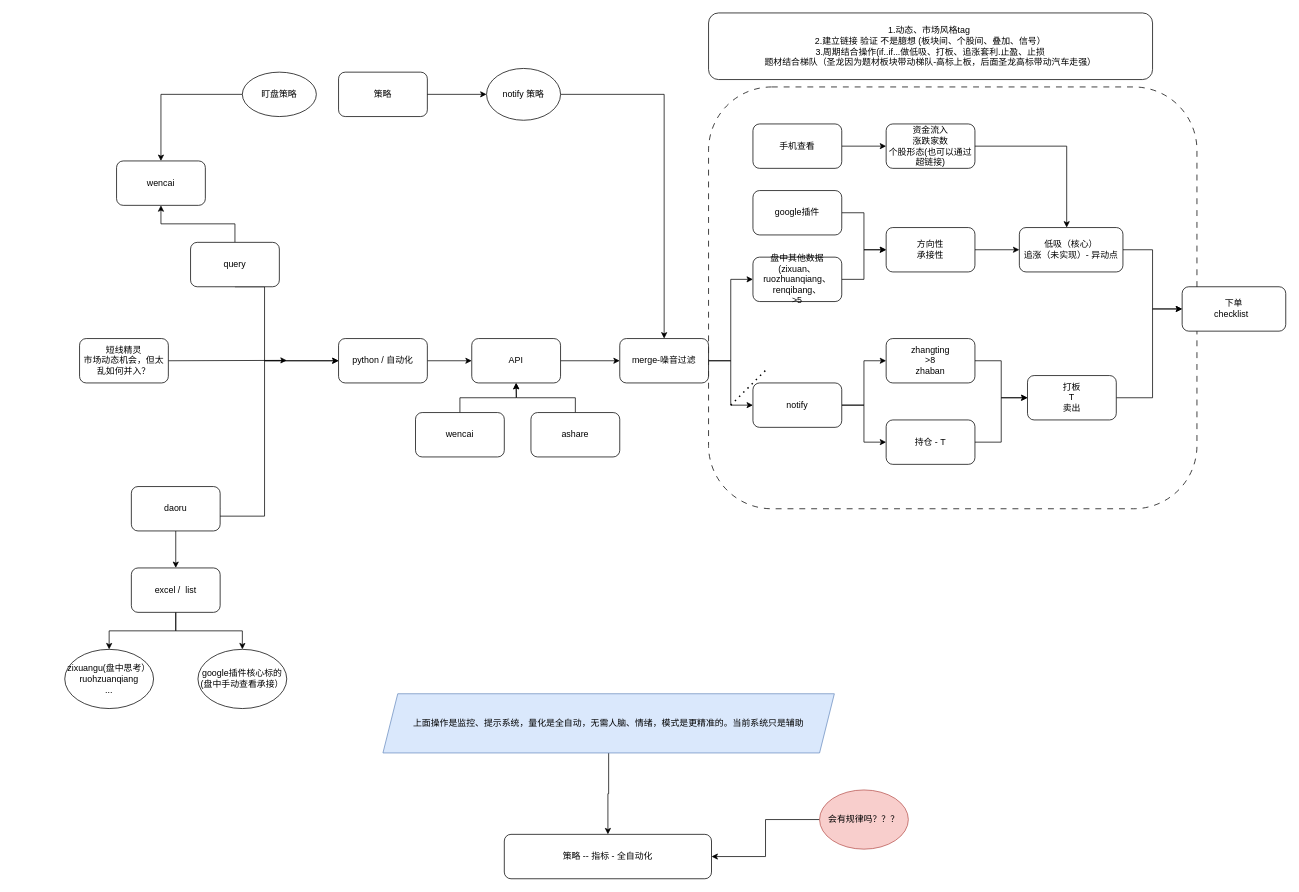
Before: menus/python量化.drawio in Asamiyaa/microservice-k8s-yun, a draw.io diagram. Source tidied: cells renumbered, new cells numbered last; positions are measured from the earlier drawing's top-left corner, leaving out a move shared by most shapes. Both pictures are drawn from the tidied source at 74%, with x=0, y=0 at pixel (64, 13).
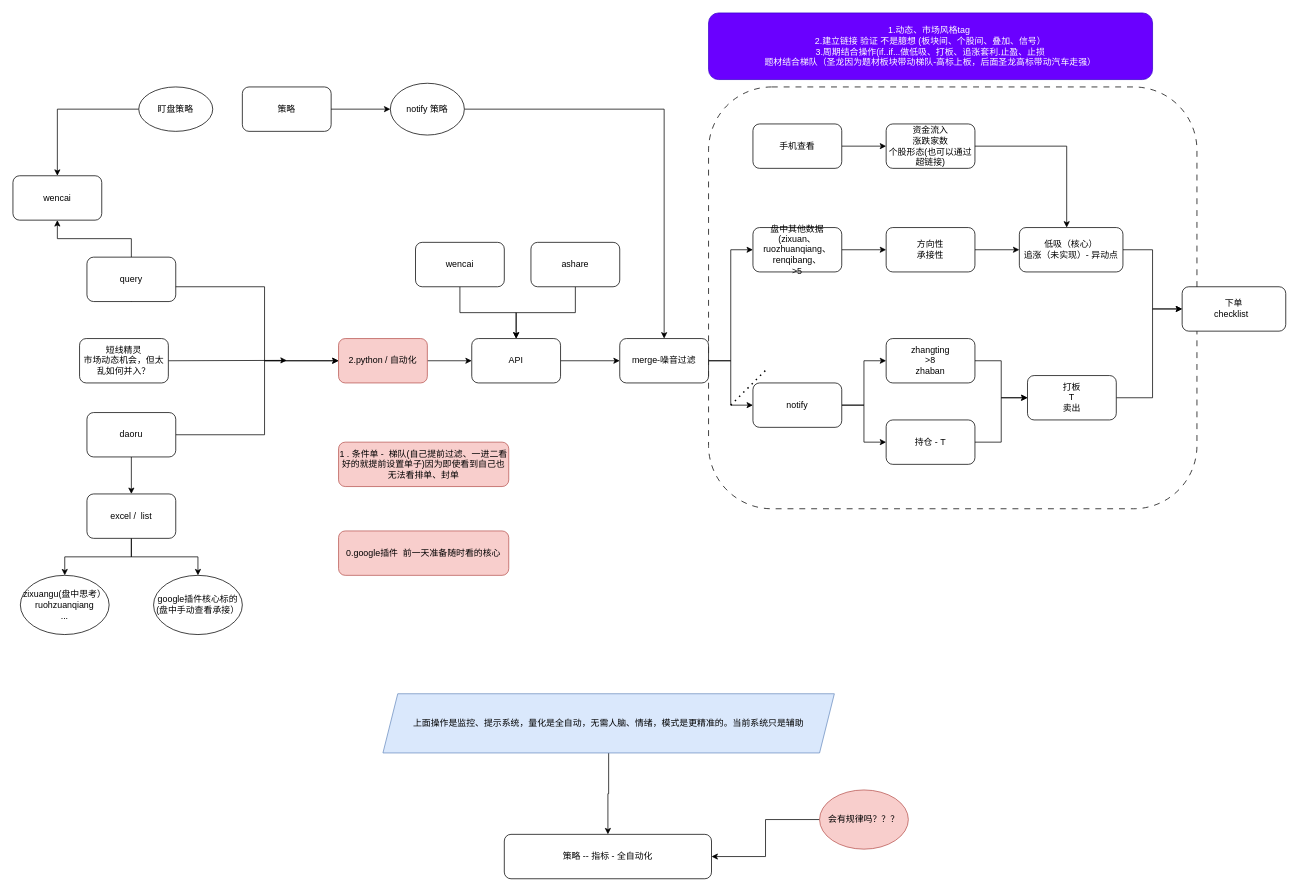
Above is the later version.

The change refers to these unchanged cells:
```xml
<mxCell id="19" value="API" style="rounded=1;whiteSpace=wrap;html=1;" parent="1" vertex="1">
  <mxGeometry x="550" y="440" width="120" height="60" as="geometry" />
</mxCell>
<mxCell id="37" value="方向性&lt;br&gt;承接性" style="rounded=1;whiteSpace=wrap;html=1;" parent="1" vertex="1">
  <mxGeometry x="1110" y="290" width="120" height="60" as="geometry" />
</mxCell>
```

What changed in the source:
```diff
@@
     <mxCell id="5" value="query" style="rounded=1;whiteSpace=wrap;html=1;" parent="1" vertex="1">
-      <mxGeometry x="170" y="310" width="120" height="60" as="geometry" />
+      <mxGeometry x="30" y="330" width="120" height="60" as="geometry" />
     </mxCell>
@@
-    <mxCell id="7" value="python / 自动化" style="rounded=1;whiteSpace=wrap;html=1;" parent="1" vertex="1">
+    <mxCell id="7" value="2.python / 自动化" style="rounded=1;whiteSpace=wrap;html=1;fillColor=#f8cecc;strokeColor=#b85450;" parent="1" vertex="1">
       <mxGeometry x="370" y="440" width="120" height="60" as="geometry" />
     </mxCell>
     <mxCell id="8" style="edgeStyle=orthogonalEdgeStyle;rounded=0;jettySize=auto;html=1;exitX=1;exitY=0.5;exitDx=0;exitDy=0;entryX=0;entryY=0.5;entryDx=0;entryDy=0;" parent="1" edge="1" source="10" target="7">
       <mxGeometry relative="1" as="geometry">
         <Array as="points">
-          <mxPoint x="190" y="680" />
-          <mxPoint x="270" y="680" />
+          <mxPoint x="270" y="570" />
           <mxPoint x="270" y="470" />
         </Array>
       </mxGeometry>
     </mxCell>
@@
     <mxCell id="10" value="daoru" style="rounded=1;whiteSpace=wrap;html=1;" parent="1" vertex="1">
-      <mxGeometry x="90" y="640" width="120" height="60" as="geometry" />
+      <mxGeometry x="30" y="540" width="120" height="60" as="geometry" />
     </mxCell>
     <mxCell id="11" value="wencai" style="rounded=1;whiteSpace=wrap;html=1;" parent="1" vertex="1">
-      <mxGeometry x="70" y="200" width="120" height="60" as="geometry" />
+      <mxGeometry x="-70" y="220" width="120" height="60" as="geometry" />
     </mxCell>
@@
     <mxCell id="14" value="excel /&amp;nbsp; list" style="rounded=1;whiteSpace=wrap;html=1;" parent="1" vertex="1">
-      <mxGeometry x="90" y="750" width="120" height="60" as="geometry" />
+      <mxGeometry x="30" y="650" width="120" height="60" as="geometry" />
     </mxCell>
@@
     <mxCell id="17" value="策略" style="rounded=1;whiteSpace=wrap;html=1;" parent="1" vertex="1">
-      <mxGeometry x="370" y="80" width="120" height="60" as="geometry" />
+      <mxGeometry x="240" y="100" width="120" height="60" as="geometry" />
     </mxCell>
@@
-    <mxCell id="20" style="edgeStyle=orthogonalEdgeStyle;rounded=0;jettySize=auto;html=1;exitX=0.5;exitY=0;exitDx=0;exitDy=0;entryX=0.5;entryY=1;entryDx=0;entryDy=0;" parent="1" edge="1" source="21" target="19">
+    <mxCell id="20" style="edgeStyle=orthogonalEdgeStyle;rounded=0;jettySize=auto;html=1;exitX=0.5;exitY=1;exitDx=0;exitDy=0;" parent="1" edge="1" source="21" target="19">
       <mxGeometry relative="1" as="geometry" />
     </mxCell>
     <mxCell id="21" value="wencai" style="rounded=1;whiteSpace=wrap;html=1;" parent="1" vertex="1">
-      <mxGeometry x="474" y="540" width="120" height="60" as="geometry" />
+      <mxGeometry x="474" y="310" width="120" height="60" as="geometry" />
     </mxCell>
-    <mxCell id="22" style="edgeStyle=orthogonalEdgeStyle;rounded=0;jettySize=auto;html=1;exitX=0.5;exitY=0;exitDx=0;exitDy=0;" parent="1" edge="1" source="23">
-      <mxGeometry relative="1" as="geometry">
-        <mxPoint x="610" y="500" as="targetPoint" />
-      </mxGeometry>
-    </mxCell>
+    <mxCell id="63" style="edgeStyle=orthogonalEdgeStyle;rounded=0;jettySize=auto;html=1;exitX=0.5;exitY=1;exitDx=0;exitDy=0;" parent="1" edge="1" source="23" target="19">
+      <mxGeometry relative="1" as="geometry" />
+    </mxCell>
     <mxCell id="23" value="ashare" style="rounded=1;whiteSpace=wrap;html=1;" parent="1" vertex="1">
-      <mxGeometry x="630" y="540" width="120" height="60" as="geometry" />
+      <mxGeometry x="630" y="310" width="120" height="60" as="geometry" />
     </mxCell>
@@
     <mxCell id="30" value="zixuangu(盘中思考）&lt;br&gt;ruohzuanqiang&lt;br&gt;..." style="ellipse;whiteSpace=wrap;html=1;" parent="1" vertex="1">
-      <mxGeometry y="860" width="120" height="80" as="geometry" />
+      <mxGeometry x="-60" y="760" width="120" height="80" as="geometry" />
     </mxCell>
     <mxCell id="31" value="google插件核心标的&lt;br&gt;(盘中手动查看承接）" style="ellipse;whiteSpace=wrap;html=1;" parent="1" vertex="1">
-      <mxGeometry x="180" y="860" width="120" height="80" as="geometry" />
+      <mxGeometry x="120" y="760" width="120" height="80" as="geometry" />
     </mxCell>
@@
     <mxCell id="35" value="盘中其他数据(zixuan、ruozhuanqiang、renqibang、&lt;br&gt;&amp;gt;5" style="rounded=1;whiteSpace=wrap;html=1;" parent="1" vertex="1">
-      <mxGeometry x="930" y="330" width="120" height="60" as="geometry" />
+      <mxGeometry x="930" y="290" width="120" height="60" as="geometry" />
     </mxCell>
@@
-    <mxCell id="40" style="edgeStyle=orthogonalEdgeStyle;rounded=0;jettySize=auto;html=1;exitX=1;exitY=0.5;exitDx=0;exitDy=0;entryX=0;entryY=0.5;entryDx=0;entryDy=0;" parent="1" edge="1" source="41" target="37">
-      <mxGeometry relative="1" as="geometry" />
-    </mxCell>
-    <mxCell id="41" value="google插件" style="rounded=1;whiteSpace=wrap;html=1;" parent="1" vertex="1">
-      <mxGeometry x="930" y="240" width="120" height="60" as="geometry" />
-    </mxCell>
@@
-    <mxCell id="52" value="1.动态、市场风格tag&amp;nbsp; &lt;br&gt;2.建立链接 验证 不是臆想 (板块间、个股间、叠加、信号）&lt;br&gt;3.周期结合操作(if..if...做低吸、打板、追涨套利.止盈、止损&lt;br&gt;题材结合梯队（圣龙因为题材板块带动梯队-高标上板，后面圣龙高标带动汽车走强）" style="rounded=1;whiteSpace=wrap;html=1;" parent="1" vertex="1">
+    <mxCell id="52" value="1.动态、市场风格tag&amp;nbsp; &lt;br&gt;2.建立链接 验证 不是臆想 (板块间、个股间、叠加、信号）&lt;br&gt;3.周期结合操作(if..if...做低吸、打板、追涨套利.止盈、止损&lt;br&gt;题材结合梯队（圣龙因为题材板块带动梯队-高标上板，后面圣龙高标带动汽车走强）" style="rounded=1;whiteSpace=wrap;html=1;fillColor=#6a00ff;strokeColor=#3700CC;fontColor=#ffffff;" parent="1" vertex="1">
       <mxGeometry x="870" width="600" height="90" as="geometry" />
     </mxCell>
     <mxCell id="53" value="盯盘策略" style="ellipse;whiteSpace=wrap;html=1;" parent="1" vertex="1">
-      <mxGeometry x="240" y="80" width="100" height="60" as="geometry" />
+      <mxGeometry x="100" y="100" width="100" height="60" as="geometry" />
     </mxCell>
@@
     <mxCell id="59" value="notify 策略" style="ellipse;whiteSpace=wrap;html=1;" parent="1" vertex="1">
-      <mxGeometry x="570" y="75" width="100" height="70" as="geometry" />
+      <mxGeometry x="440" y="95" width="100" height="70" as="geometry" />
     </mxCell>
@@
+    <mxCell id="64" value="1 . 条件单 -&amp;nbsp; 梯队(自己提前过滤、一进二看好的就提前设置单子)因为即使看到自己也无法看排单、封单" style="rounded=1;whiteSpace=wrap;html=1;fillColor=#f8cecc;strokeColor=#b85450;" parent="1" vertex="1">
+      <mxGeometry x="370" y="580" width="230" height="60" as="geometry" />
+    </mxCell>
+    <mxCell id="65" value="0.google插件&amp;nbsp; 前一天准备随时看的核心" style="rounded=1;whiteSpace=wrap;html=1;fillColor=#f8cecc;strokeColor=#b85450;" parent="1" vertex="1">
+      <mxGeometry x="370" y="700" width="230" height="60" as="geometry" />
+    </mxCell>
```
